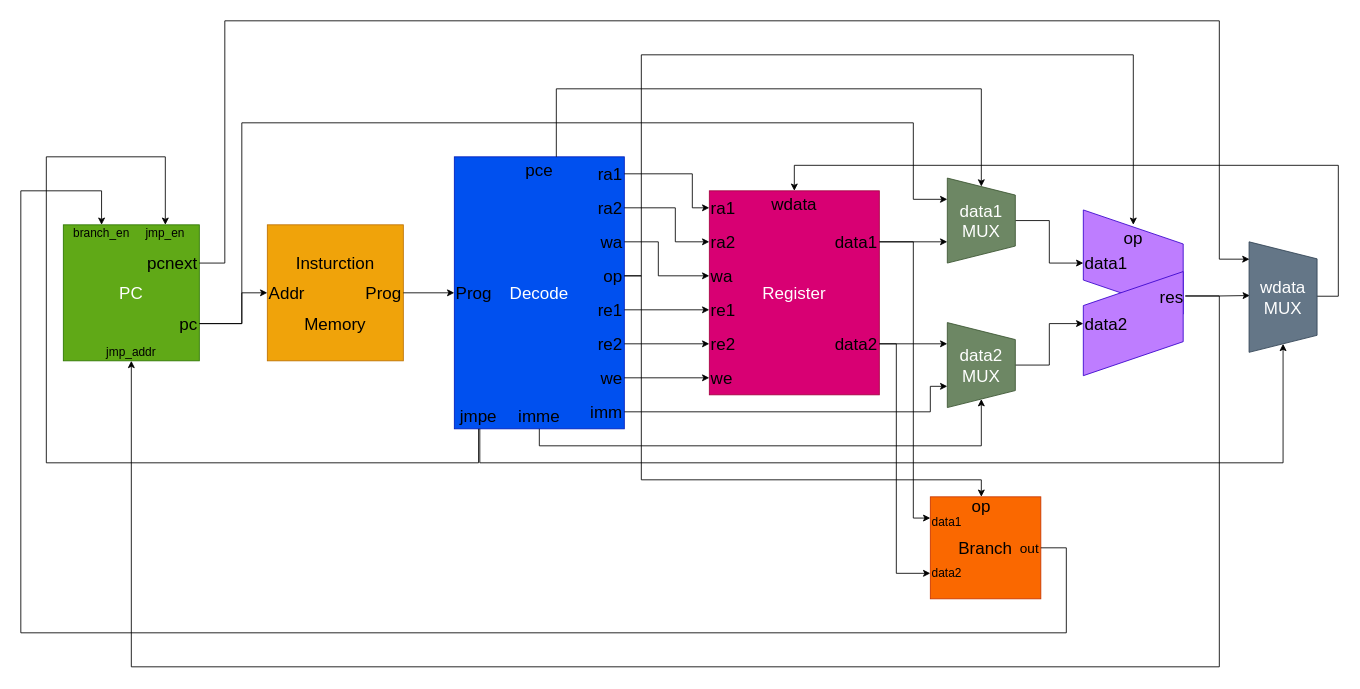
Earlier version of the draw.io diagram img/cpu.drawio (accomdemy/accomdemy_rv32i). Source tidied: cells renumbered, new cells numbered last; positions are measured from the earlier drawing's top-left corner, leaving out a move shared by most shapes. Both pictures are drawn from the tidied source at 85%, with x=0, y=0 at pixel (20, 20).
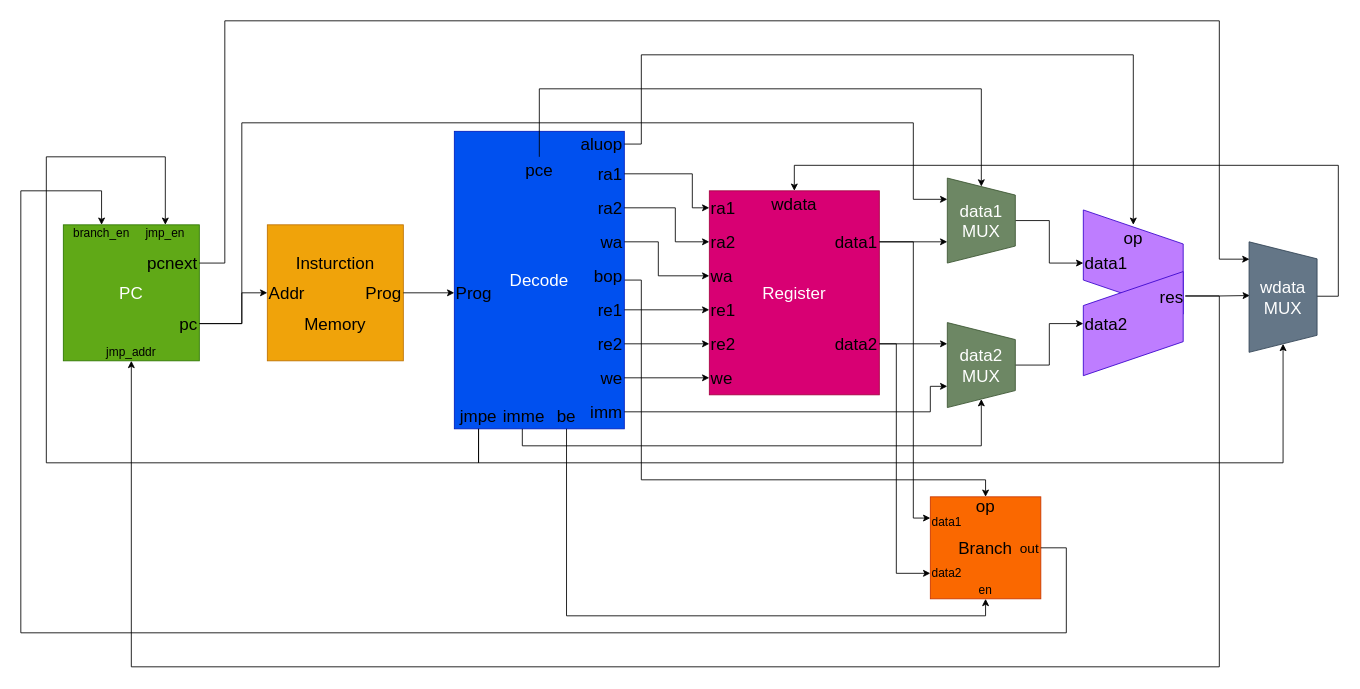
The same diagram, later.

Commit message (it also covers changes not shown here):
修改架構圖 (#27)

* 修改架構圖，增加JALR指令。

* 架構圖改為SVG

* 架構圖改為SVG

* Delete cpu.png

* 修改架構圖

* 修改架構圖

Unchanged cells that the change refers to:
```xml
<mxCell id="6" value="jmpe" style="text;html=1;strokeColor=none;fillColor=none;align=center;verticalAlign=middle;whiteSpace=wrap;rounded=0;fontSize=20;" parent="1" vertex="1">
  <mxGeometry x="510" y="450" width="57" height="30" as="geometry" />
</mxCell>
<mxCell id="8" value="pce" style="text;html=1;strokeColor=none;fillColor=none;align=center;verticalAlign=middle;whiteSpace=wrap;rounded=0;fontSize=20;" parent="1" vertex="1">
  <mxGeometry x="587" y="160" width="46" height="30" as="geometry" />
</mxCell>
<mxCell id="43" value="data1&lt;br&gt;MUX" style="shape=trapezoid;perimeter=trapezoidPerimeter;whiteSpace=wrap;html=1;fixedSize=1;fontSize=20;rotation=90;horizontal=0;fillColor=#6d8764;fontColor=#ffffff;strokeColor=#3A5431;" parent="1" vertex="1">
  <mxGeometry x="1080" y="195" width="100" height="80" as="geometry" />
</mxCell>
<mxCell id="45" value="data2&lt;br&gt;MUX" style="shape=trapezoid;perimeter=trapezoidPerimeter;whiteSpace=wrap;html=1;fixedSize=1;fontSize=20;rotation=90;horizontal=0;fillColor=#6d8764;fontColor=#ffffff;strokeColor=#3A5431;" parent="1" vertex="1">
  <mxGeometry x="1080" y="365" width="100" height="80" as="geometry" />
</mxCell>
<mxCell id="49" value="op" style="text;html=1;strokeColor=none;fillColor=none;align=center;verticalAlign=middle;whiteSpace=wrap;rounded=0;fontSize=20;" parent="1" vertex="1">
  <mxGeometry x="1278.8" y="240" width="60" height="30" as="geometry" />
</mxCell>
<mxCell id="62" value="jmp_en" style="text;html=1;strokeColor=none;fillColor=none;align=center;verticalAlign=middle;whiteSpace=wrap;rounded=0;fontSize=14;" parent="1" vertex="1">
  <mxGeometry x="140" y="240" width="60" height="20" as="geometry" />
</mxCell>
<mxCell id="72" value="wdata&lt;br&gt;MUX" style="shape=trapezoid;perimeter=trapezoidPerimeter;whiteSpace=wrap;html=1;fixedSize=1;fontSize=20;rotation=90;horizontal=0;fillColor=#647687;fontColor=#ffffff;strokeColor=#314354;" parent="1" vertex="1">
  <mxGeometry x="1420" y="285" width="130" height="80" as="geometry" />
</mxCell>
```

Change to the diagram source:
```diff
@@
+    <mxCell id="75" style="edgeStyle=orthogonalEdgeStyle;rounded=0;jettySize=auto;html=1;entryX=0.5;entryY=0;entryDx=0;entryDy=0;fontSize=14;" parent="1" edge="1" source="3" target="68">
+      <mxGeometry relative="1" as="geometry">
+        <Array as="points">
+          <mxPoint x="730" y="305" />
+          <mxPoint x="730" y="540" />
+          <mxPoint x="1135" y="540" />
+        </Array>
+      </mxGeometry>
+    </mxCell>
     <mxCell id="3" value="Decode" style="rounded=0;whiteSpace=wrap;html=1;fontSize=20;fillColor=#0050ef;fontColor=#ffffff;strokeColor=#001DBC;" parent="1" vertex="1">
-      <mxGeometry x="510" y="160" width="200" height="320" as="geometry" />
+      <mxGeometry x="510" y="130" width="200" height="350" as="geometry" />
     </mxCell>
     <mxCell id="4" style="edgeStyle=orthogonalEdgeStyle;rounded=0;jettySize=auto;html=1;entryX=0.5;entryY=0;entryDx=0;entryDy=0;fontSize=14;" parent="1" edge="1" source="6" target="62">
       <mxGeometry relative="1" as="geometry">
         <Array as="points">
-          <mxPoint x="539" y="520" />
+          <mxPoint x="538" y="520" />
           <mxPoint x="30" y="520" />
           <mxPoint x="30" y="160" />
           <mxPoint x="170" y="160" />
         </Array>
       </mxGeometry>
     </mxCell>
     <mxCell id="5" style="edgeStyle=orthogonalEdgeStyle;rounded=0;jettySize=auto;html=1;entryX=1;entryY=0.5;entryDx=0;entryDy=0;fontSize=16;fontColor=#000000;" parent="1" edge="1" source="6" target="72">
       <mxGeometry relative="1" as="geometry">
         <Array as="points">
-          <mxPoint x="540" y="520" />
+          <mxPoint x="538" y="520" />
           <mxPoint x="1485" y="520" />
         </Array>
       </mxGeometry>
     </mxCell>
@@
     <mxCell id="7" style="edgeStyle=orthogonalEdgeStyle;rounded=0;jettySize=auto;html=1;entryX=0;entryY=0.5;entryDx=0;entryDy=0;fontSize=14;fontColor=#000000;" parent="1" edge="1" source="8" target="43">
       <mxGeometry relative="1" as="geometry">
         <Array as="points">
-          <mxPoint x="630" y="80" />
+          <mxPoint x="610" y="80" />
           <mxPoint x="1130" y="80" />
         </Array>
       </mxGeometry>
     </mxCell>
@@
     <mxCell id="15" style="edgeStyle=orthogonalEdgeStyle;rounded=0;jettySize=auto;html=1;entryX=0.5;entryY=0;entryDx=0;entryDy=0;fontSize=14;fontColor=#000000;exitX=1;exitY=0.5;exitDx=0;exitDy=0;" parent="1" edge="1" source="17" target="49">
       <mxGeometry relative="1" as="geometry">
         <Array as="points">
-          <mxPoint x="730" y="300" />
+          <mxPoint x="730" y="145" />
           <mxPoint x="730" y="40" />
           <mxPoint x="1309" y="40" />
         </Array>
       </mxGeometry>
     </mxCell>
-    <mxCell id="16" style="edgeStyle=orthogonalEdgeStyle;rounded=0;jettySize=auto;html=1;entryX=0.5;entryY=0;entryDx=0;entryDy=0;fontSize=14;fontColor=#000000;" parent="1" edge="1" source="17" target="68">
-      <mxGeometry relative="1" as="geometry">
-        <Array as="points">
-          <mxPoint x="730" y="300" />
-          <mxPoint x="730" y="540" />
-          <mxPoint x="1130" y="540" />
-        </Array>
-      </mxGeometry>
-    </mxCell>
-    <mxCell id="17" value="op" style="text;html=1;strokeColor=none;fillColor=none;align=right;verticalAlign=middle;whiteSpace=wrap;rounded=0;fontSize=20;" parent="1" vertex="1">
-      <mxGeometry x="650" y="285" width="60" height="30" as="geometry" />
+    <mxCell id="17" value="aluop" style="text;html=1;strokeColor=none;fillColor=none;align=right;verticalAlign=middle;whiteSpace=wrap;rounded=0;fontSize=20;" parent="1" vertex="1">
+      <mxGeometry x="650" y="130" width="60" height="30" as="geometry" />
     </mxCell>
@@
     <mxCell id="26" style="edgeStyle=orthogonalEdgeStyle;rounded=0;jettySize=auto;html=1;entryX=1;entryY=0.5;entryDx=0;entryDy=0;fontSize=14;fontColor=#000000;" parent="1" edge="1" source="27" target="45">
       <mxGeometry relative="1" as="geometry">
         <Array as="points">
-          <mxPoint x="610" y="500" />
+          <mxPoint x="590" y="500" />
           <mxPoint x="1130" y="500" />
         </Array>
       </mxGeometry>
     </mxCell>
     <mxCell id="27" value="imme" style="text;html=1;strokeColor=none;fillColor=none;align=center;verticalAlign=middle;whiteSpace=wrap;rounded=0;fontSize=20;" parent="1" vertex="1">
-      <mxGeometry x="580" y="450" width="60" height="30" as="geometry" />
+      <mxGeometry x="567" y="450" width="50" height="30" as="geometry" />
     </mxCell>
@@
     <mxCell id="68" value="op" style="text;html=1;strokeColor=none;fillColor=none;align=center;verticalAlign=middle;whiteSpace=wrap;rounded=0;fontSize=20;fontColor=#000000;" parent="1" vertex="1">
-      <mxGeometry x="1100" y="560" width="60" height="20" as="geometry" />
+      <mxGeometry x="1105" y="560" width="60" height="20" as="geometry" />
     </mxCell>
@@
+    <mxCell id="76" value="bop" style="text;html=1;strokeColor=none;fillColor=none;align=right;verticalAlign=middle;whiteSpace=wrap;rounded=0;fontSize=20;" parent="1" vertex="1">
+      <mxGeometry x="650" y="285" width="60" height="30" as="geometry" />
+    </mxCell>
+    <mxCell id="77" value="en" style="text;html=1;strokeColor=none;fillColor=none;align=center;verticalAlign=middle;whiteSpace=wrap;rounded=0;fontSize=14;fontColor=#000000;" parent="1" vertex="1">
+      <mxGeometry x="1120" y="660" width="30" height="20" as="geometry" />
+    </mxCell>
+    <mxCell id="78" style="edgeStyle=orthogonalEdgeStyle;rounded=0;jettySize=auto;html=1;entryX=0.5;entryY=1;entryDx=0;entryDy=0;fontSize=20;" parent="1" edge="1" source="79" target="77">
+      <mxGeometry relative="1" as="geometry">
+        <Array as="points">
+          <mxPoint x="642" y="700" />
+          <mxPoint x="1135" y="700" />
+        </Array>
+      </mxGeometry>
+    </mxCell>
+    <mxCell id="79" value="be" style="text;html=1;strokeColor=none;fillColor=none;align=center;verticalAlign=middle;whiteSpace=wrap;rounded=0;fontSize=20;" parent="1" vertex="1">
+      <mxGeometry x="617" y="450" width="50" height="30" as="geometry" />
+    </mxCell>
```
